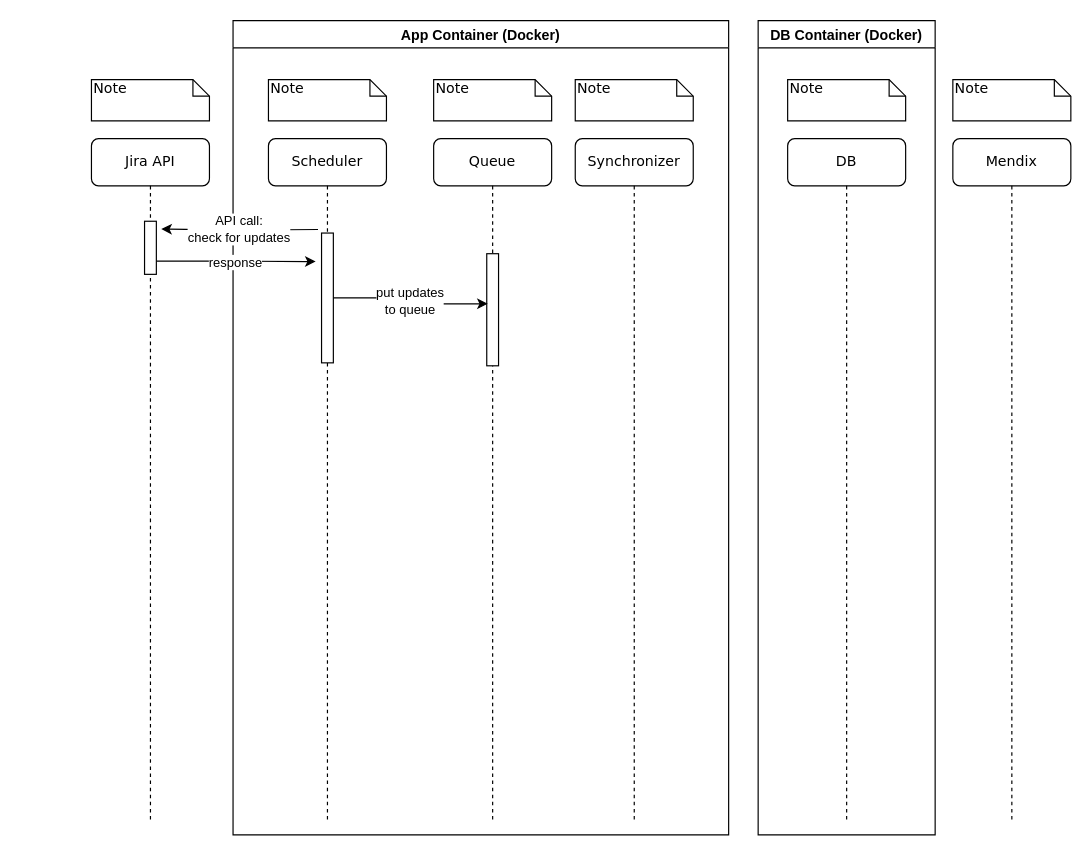
Earlier version of the draw.io diagram diagrams/lifecycle-diagram.drawio (tiagodalloca/jira-mendix-integrator). Source tidied: cells renumbered, new cells numbered last; positions are measured from the earlier drawing's top-left corner, leaving out a move shared by most shapes. Both pictures are drawn from the tidied source at 118%, with x=0, y=0 at pixel (91, 20).
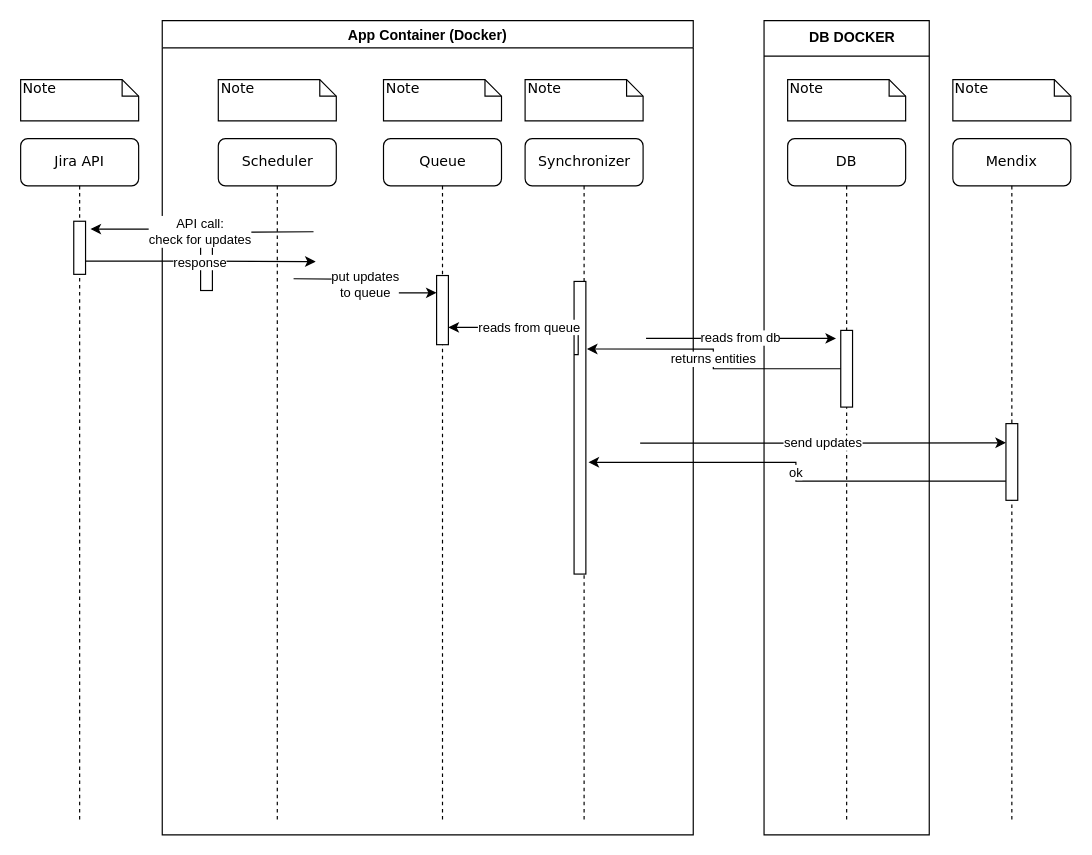
The same page after the edit.

What changed in the source:
```diff
@@
     <mxCell id="2" value="Queue" style="shape=umlLifeline;perimeter=lifelinePerimeter;whiteSpace=wrap;html=1;rounded=1;shadow=0;comic=0;labelBackgroundColor=none;strokeWidth=1;fontFamily=Verdana;fontSize=12;align=center;" parent="1" vertex="1">
-      <mxGeometry x="290" y="100" width="100" height="580" as="geometry" />
+      <mxGeometry x="247.5" y="100" width="100" height="580" as="geometry" />
     </mxCell>
     <mxCell id="3" style="rounded=0;whiteSpace=wrap;html=1;rotation=90;" parent="2" vertex="1">
-      <mxGeometry x="2.5" y="140" width="95" height="10" as="geometry" />
+      <mxGeometry x="20.7" y="140.3" width="58.6" height="10" as="geometry" />
     </mxCell>
     <mxCell id="4" value="Synchronizer" style="shape=umlLifeline;perimeter=lifelinePerimeter;whiteSpace=wrap;html=1;rounded=1;shadow=0;comic=0;labelBackgroundColor=none;strokeWidth=1;fontFamily=Verdana;fontSize=12;align=center;" parent="1" vertex="1">
-      <mxGeometry x="410" y="100" width="100" height="580" as="geometry" />
+      <mxGeometry x="367.5" y="100" width="100" height="580" as="geometry" />
     </mxCell>
@@
     <mxCell id="6" value="Jira API" style="shape=umlLifeline;perimeter=lifelinePerimeter;whiteSpace=wrap;html=1;rounded=1;shadow=0;comic=0;labelBackgroundColor=none;strokeWidth=1;fontFamily=Verdana;fontSize=12;align=center;" parent="1" vertex="1">
-      <mxGeometry y="100" width="100" height="580" as="geometry" />
+      <mxGeometry x="-60" y="100" width="100" height="580" as="geometry" />
     </mxCell>
@@
     <mxCell id="8" value="Scheduler" style="shape=umlLifeline;perimeter=lifelinePerimeter;whiteSpace=wrap;html=1;rounded=1;shadow=0;comic=0;labelBackgroundColor=none;strokeWidth=1;fontFamily=Verdana;fontSize=12;align=center;" parent="1" vertex="1">
-      <mxGeometry x="150" y="100" width="100" height="580" as="geometry" />
+      <mxGeometry x="107.5" y="100" width="100" height="580" as="geometry" />
     </mxCell>
     <mxCell id="9" value="Note" style="shape=note;whiteSpace=wrap;html=1;size=14;verticalAlign=top;align=left;spacingTop=-6;rounded=0;shadow=0;comic=0;labelBackgroundColor=none;strokeWidth=1;fontFamily=Verdana;fontSize=12;" parent="1" vertex="1">
-      <mxGeometry x="150" y="50" width="100" height="35" as="geometry" />
+      <mxGeometry x="107.5" y="50" width="100" height="35" as="geometry" />
     </mxCell>
     <mxCell id="10" value="Note" style="shape=note;whiteSpace=wrap;html=1;size=14;verticalAlign=top;align=left;spacingTop=-6;rounded=0;shadow=0;comic=0;labelBackgroundColor=none;strokeWidth=1;fontFamily=Verdana;fontSize=12;" parent="1" vertex="1">
-      <mxGeometry x="290" y="50" width="100" height="35" as="geometry" />
+      <mxGeometry x="247.5" y="50" width="100" height="35" as="geometry" />
     </mxCell>
     <mxCell id="11" value="Note" style="shape=note;whiteSpace=wrap;html=1;size=14;verticalAlign=top;align=left;spacingTop=-6;rounded=0;shadow=0;comic=0;labelBackgroundColor=none;strokeWidth=1;fontFamily=Verdana;fontSize=12;" parent="1" vertex="1">
-      <mxGeometry x="410" y="50" width="100" height="35" as="geometry" />
+      <mxGeometry x="367.5" y="50" width="100" height="35" as="geometry" />
     </mxCell>
@@
     <mxCell id="13" value="Note" style="shape=note;whiteSpace=wrap;html=1;size=14;verticalAlign=top;align=left;spacingTop=-6;rounded=0;shadow=0;comic=0;labelBackgroundColor=none;strokeWidth=1;fontFamily=Verdana;fontSize=12;" parent="1" vertex="1">
-      <mxGeometry y="50" width="100" height="35" as="geometry" />
+      <mxGeometry x="-60" y="50" width="100" height="35" as="geometry" />
     </mxCell>
@@
     <mxCell id="15" value="App Container (Docker)" style="swimlane;" parent="1" vertex="1">
-      <mxGeometry x="120" width="420" height="690" as="geometry" />
+      <mxGeometry x="60" width="450" height="690" as="geometry" />
     </mxCell>
     <mxCell id="16" style="rounded=0;whiteSpace=wrap;html=1;rotation=90;" parent="15" vertex="1">
-      <mxGeometry x="25" y="230" width="110" height="10" as="geometry" />
+      <mxGeometry x="10" y="196.2" width="55" height="10" as="geometry" />
     </mxCell>
+    <mxCell id="22" style="rounded=0;whiteSpace=wrap;html=1;rotation=90;" parent="15" vertex="1">
+      <mxGeometry x="230" y="340" width="248" height="10" as="geometry" />
+    </mxCell>
@@
     <mxCell id="18" style="rounded=0;whiteSpace=wrap;html=1;rotation=90;" parent="1" vertex="1">
-      <mxGeometry x="27.5" y="187.5" width="45" height="10" as="geometry" />
+      <mxGeometry x="-32.5" y="187.5" width="45" height="10" as="geometry" />
     </mxCell>
-    <mxCell id="19" value="&lt;div&gt;API call: &lt;br&gt;&lt;/div&gt;&lt;div&gt;check for updates&lt;/div&gt;" style="edgeStyle=orthogonalEdgeStyle;rounded=0;jettySize=auto;html=1;entryX=0.148;entryY=-0.417;entryDx=0;entryDy=0;entryPerimeter=0;" parent="1" edge="1" target="18">
+    <mxCell id="19" value="&lt;div&gt;API call: &lt;br&gt;&lt;/div&gt;&lt;div&gt;check for updates&lt;/div&gt;" style="edgeStyle=orthogonalEdgeStyle;rounded=0;jettySize=auto;html=1;entryX=0.148;entryY=-0.417;entryDx=0;entryDy=0;entryPerimeter=0;exitX=0.25;exitY=1;exitDx=0;exitDy=0;" parent="1" edge="1" target="18">
       <mxGeometry relative="1" as="geometry">
-        <mxPoint x="192" y="177" as="sourcePoint" />
+        <mxPoint x="188.2" y="178.9" as="sourcePoint" />
       </mxGeometry>
     </mxCell>
-    <mxCell id="20" value="&lt;div&gt;put updates &lt;br&gt;&lt;/div&gt;&lt;div&gt;to queue&lt;/div&gt;" style="edgeStyle=orthogonalEdgeStyle;rounded=0;jettySize=auto;html=1;exitX=0.5;exitY=0;exitDx=0;exitDy=0;entryX=0.447;entryY=0.917;entryDx=0;entryDy=0;entryPerimeter=0;" parent="1" edge="1" source="16" target="3">
-      <mxGeometry relative="1" as="geometry" />
+    <mxCell id="20" value="&lt;div&gt;put updates &lt;br&gt;&lt;/div&gt;&lt;div&gt;to queue&lt;/div&gt;" style="edgeStyle=orthogonalEdgeStyle;rounded=0;jettySize=auto;html=1;exitX=0.165;exitY=-0.13;exitDx=0;exitDy=0;exitPerimeter=0;entryX=0.25;entryY=1;entryDx=0;entryDy=0;" parent="1" edge="1" target="3">
+      <mxGeometry relative="1" as="geometry">
+        <mxPoint x="171.3" y="218.7" as="sourcePoint" />
+      </mxGeometry>
     </mxCell>
-    <mxCell id="21" value="DB Container (Docker)" style="swimlane;" parent="1" vertex="1">
-      <mxGeometry x="565" width="150" height="690" as="geometry" />
+    <mxCell id="21" value="&#10;&#10;&#10;" style="swimlane;startSize=30;" parent="1" vertex="1">
+      <mxGeometry x="570" width="140" height="690" as="geometry" />
     </mxCell>
+    <mxCell id="23" value="&lt;b&gt;DB DOCKER&lt;/b&gt;" style="text;html=1;strokeColor=none;fillColor=none;align=center;verticalAlign=middle;whiteSpace=wrap;rounded=0;" parent="21" vertex="1">
+      <mxGeometry x="30" width="90" height="30" as="geometry" />
+    </mxCell>
+    <mxCell id="24" style="rounded=0;whiteSpace=wrap;html=1;rotation=90;" parent="21" vertex="1">
+      <mxGeometry x="37.5" y="290" width="65" height="10" as="geometry" />
+    </mxCell>
+    <mxCell id="25" value="&lt;div&gt;ok&lt;/div&gt;" style="edgeStyle=orthogonalEdgeStyle;rounded=0;jettySize=auto;html=1;exitX=0.75;exitY=1;exitDx=0;exitDy=0;entryX=0.618;entryY=-0.222;entryDx=0;entryDy=0;entryPerimeter=0;" parent="1" edge="1" source="26" target="22">
+      <mxGeometry relative="1" as="geometry" />
+    </mxCell>
+    <mxCell id="26" style="rounded=0;whiteSpace=wrap;html=1;rotation=90;" parent="1" vertex="1">
+      <mxGeometry x="747.5" y="369" width="65" height="10" as="geometry" />
+    </mxCell>
+    <mxCell id="27" value="reads from queue" style="edgeStyle=orthogonalEdgeStyle;rounded=0;jettySize=auto;html=1;exitX=0.25;exitY=1;exitDx=0;exitDy=0;entryX=0.75;entryY=0;entryDx=0;entryDy=0;" parent="1" edge="1" source="22" target="3">
+      <mxGeometry relative="1" as="geometry">
+        <Array as="points">
+          <mxPoint x="412.5" y="260" />
+        </Array>
+      </mxGeometry>
+    </mxCell>
+    <mxCell id="28" value="reads from db" style="edgeStyle=orthogonalEdgeStyle;rounded=0;orthogonalLoop=1;jettySize=auto;html=1;" parent="1" edge="1">
+      <mxGeometry x="-0.01" relative="1" as="geometry">
+        <mxPoint x="470" y="269.3" as="sourcePoint" />
+        <mxPoint x="631" y="269.3" as="targetPoint" />
+        <Array as="points">
+          <mxPoint x="550" y="269.3" />
+          <mxPoint x="550" y="269.3" />
+        </Array>
+      </mxGeometry>
+    </mxCell>
+    <mxCell id="29" value="returns entities" style="edgeStyle=orthogonalEdgeStyle;rounded=0;jettySize=auto;html=1;exitX=0.5;exitY=1;exitDx=0;exitDy=0;entryX=0.231;entryY=-0.088;entryDx=0;entryDy=0;entryPerimeter=0;" parent="1" edge="1" source="24" target="22">
+      <mxGeometry relative="1" as="geometry" />
+    </mxCell>
+    <mxCell id="30" value="&lt;div&gt;send updates&lt;/div&gt;" style="edgeStyle=orthogonalEdgeStyle;rounded=0;jettySize=auto;html=1;entryX=0.25;entryY=1;entryDx=0;entryDy=0;" parent="1" edge="1" target="26">
+      <mxGeometry relative="1" as="geometry">
+        <mxPoint x="465" y="358" as="sourcePoint" />
+        <Array as="points">
+          <mxPoint x="620" y="358" />
+        </Array>
+      </mxGeometry>
+    </mxCell>
```
